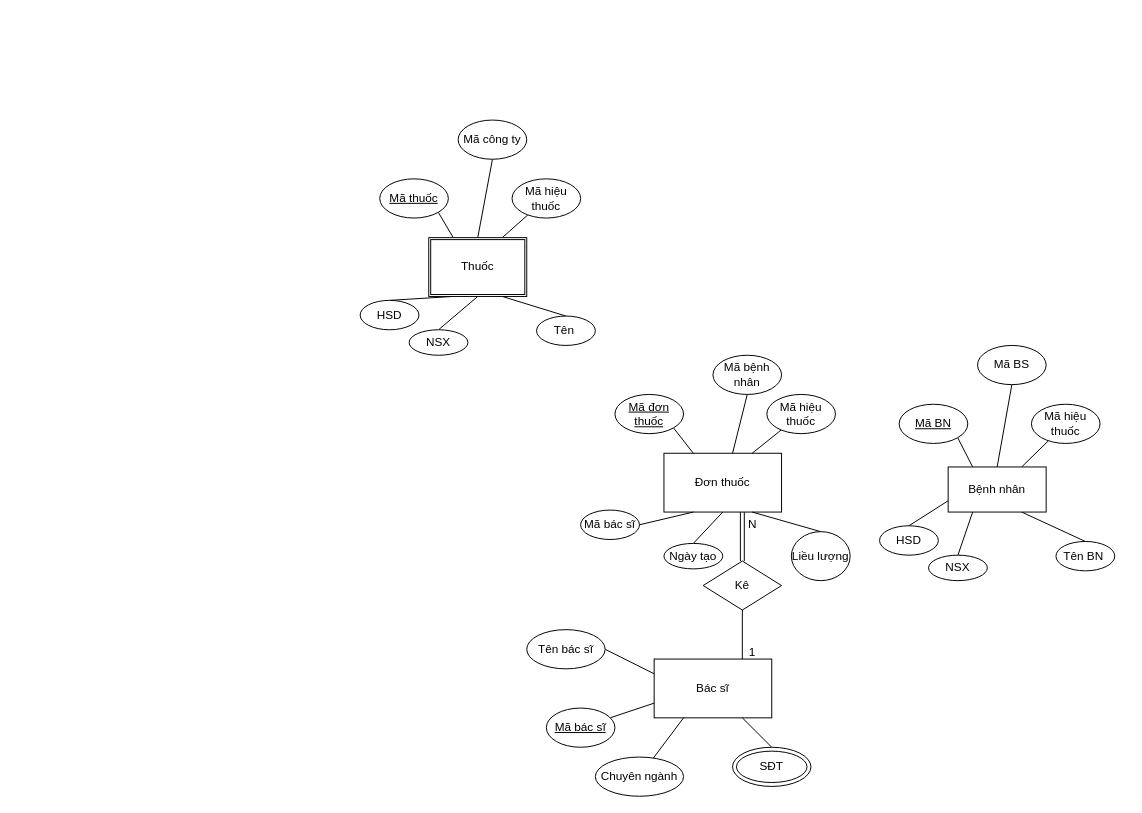
nqminh11605/hine16.github.io keeps this draw.io diagram as page "Trang-2" (2 of 3) of Biểu đồ không có tiêu đề.drawio. Above is the earlier version. Source tidied: cells renumbered, new cells numbered last; positions are measured from the earlier drawing's top-left corner, leaving out a move shared by most shapes. Both pictures are drawn from the tidied source at 98%, with x=0, y=0 at pixel (360, 120).
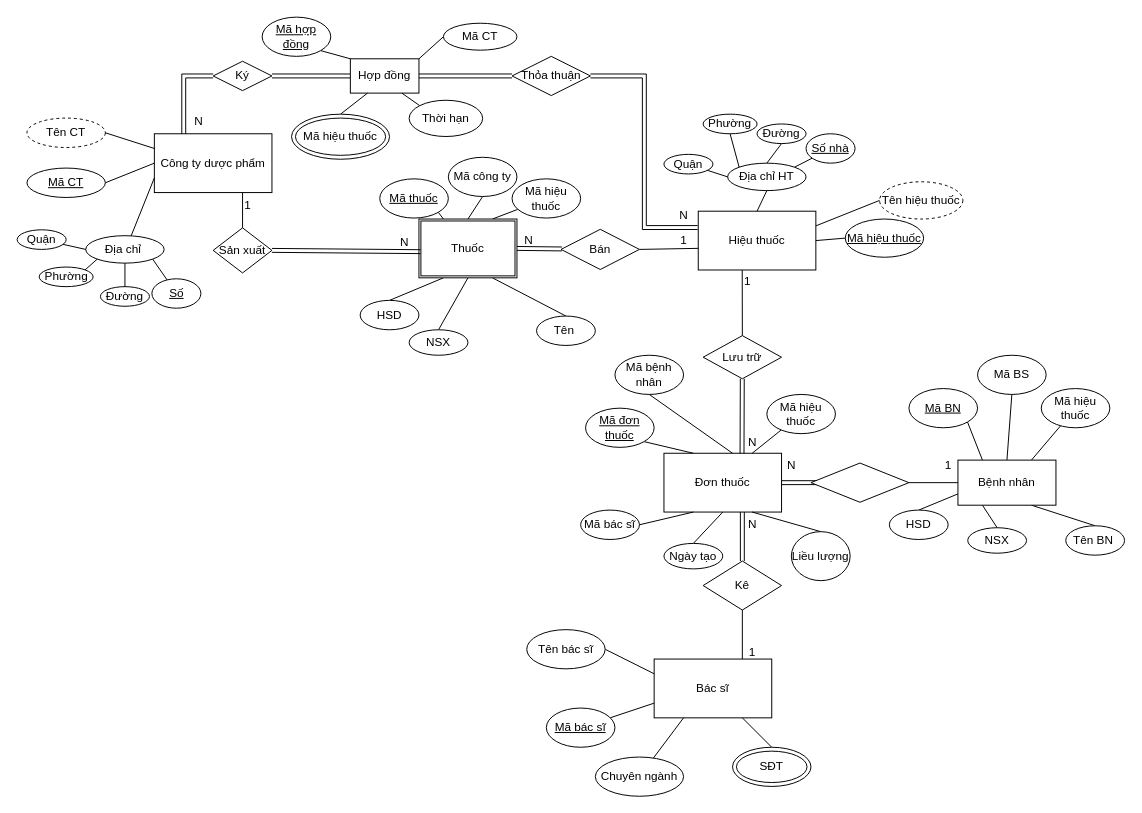
The same diagram, later.

Commit message:
Cập nhật Biểu đồ không có tiêu đề.drawio

The change refers to these unchanged cells:
```xml
<mxCell id="14" value="Đơn thuốc" style="rounded=0;whiteSpace=wrap;html=1;" parent="1" vertex="1">
  <mxGeometry x="310" y="340" width="120" height="60" as="geometry" />
</mxCell>
```

The edit, as a diff of the source:
```diff
@@
     <mxCell id="5" value="Mã công ty" style="ellipse;whiteSpace=wrap;html=1;" parent="1" vertex="1">
-      <mxGeometry x="100" width="70" height="40" as="geometry" />
+      <mxGeometry x="90" y="38" width="70" height="40" as="geometry" />
     </mxCell>
@@
     <mxCell id="16" value="&lt;u&gt;Mã đơn thuốc&lt;/u&gt;" style="ellipse;whiteSpace=wrap;html=1;" parent="1" vertex="1">
-      <mxGeometry x="260" y="280" width="70" height="40" as="geometry" />
+      <mxGeometry x="230" y="294" width="70" height="40" as="geometry" />
     </mxCell>
@@
     <mxCell id="18" value="Mã bệnh nhân" style="ellipse;whiteSpace=wrap;html=1;" parent="1" vertex="1">
-      <mxGeometry x="360" y="240" width="70" height="40" as="geometry" />
+      <mxGeometry x="260" y="240" width="70" height="40" as="geometry" />
     </mxCell>
@@
     <mxCell id="27" value="Thuốc" style="shape=ext;double=1;rounded=0;whiteSpace=wrap;html=1;" parent="1" vertex="1">
-      <mxGeometry x="70" y="120" width="100" height="60" as="geometry" />
+      <mxGeometry x="60" y="101" width="100" height="60" as="geometry" />
     </mxCell>
@@
     <mxCell id="43" value="&lt;u&gt;Mã BN&lt;/u&gt;" style="ellipse;whiteSpace=wrap;html=1;" parent="1" vertex="1">
-      <mxGeometry x="550" y="290" width="70" height="40" as="geometry" />
+      <mxGeometry x="560" y="274" width="70" height="40" as="geometry" />
     </mxCell>
@@
     <mxCell id="45" value="Mã BS" style="ellipse;whiteSpace=wrap;html=1;" parent="1" vertex="1">
-      <mxGeometry x="630" y="230" width="70" height="40" as="geometry" />
+      <mxGeometry x="630" y="240" width="70" height="40" as="geometry" />
     </mxCell>
@@
     <mxCell id="47" value="Mã hiệu thuốc" style="ellipse;whiteSpace=wrap;html=1;" parent="1" vertex="1">
-      <mxGeometry x="685" y="290" width="70" height="40" as="geometry" />
+      <mxGeometry x="695" y="274" width="70" height="40" as="geometry" />
     </mxCell>
@@
     <mxCell id="49" value="HSD" style="ellipse;whiteSpace=wrap;html=1;" parent="1" vertex="1">
-      <mxGeometry x="530" y="414" width="60" height="30" as="geometry" />
+      <mxGeometry x="540" y="398" width="60" height="30" as="geometry" />
     </mxCell>
@@
     <mxCell id="51" value="NSX" style="ellipse;whiteSpace=wrap;html=1;" parent="1" vertex="1">
-      <mxGeometry x="580" y="444" width="60" height="26" as="geometry" />
+      <mxGeometry x="620" y="416" width="60" height="26" as="geometry" />
     </mxCell>
@@
     <mxCell id="53" value="Tên BN&amp;nbsp;" style="ellipse;whiteSpace=wrap;html=1;" parent="1" vertex="1">
-      <mxGeometry x="710" y="430" width="60" height="30" as="geometry" />
+      <mxGeometry x="720" y="414" width="60" height="30" as="geometry" />
     </mxCell>
     <mxCell id="54" value="Bệnh nhân" style="rounded=0;whiteSpace=wrap;html=1;" parent="1" vertex="1">
-      <mxGeometry x="600" y="354" width="100" height="46" as="geometry" />
+      <mxGeometry x="610" y="347" width="100" height="46" as="geometry" />
     </mxCell>
+    <mxCell id="55" style="endArrow=none;html=1;rounded=0;exitX=1;exitY=0.5;exitDx=0;exitDy=0;shape=link;" parent="1" edge="1" source="14">
+      <mxGeometry relative="1" as="geometry">
+        <mxPoint x="480" y="370" as="targetPoint" />
+      </mxGeometry>
+    </mxCell>
+    <mxCell id="56" style="rhombus;whiteSpace=wrap;html=1;" parent="1" vertex="1">
+      <mxGeometry x="460" y="350" width="100" height="40" as="geometry" />
+    </mxCell>
+    <mxCell id="57" style="endArrow=none;html=1;rounded=0;exitX=1;exitY=0.5;exitDx=0;exitDy=0;entryX=0;entryY=0.5;entryDx=0;entryDy=0;" parent="1" edge="1" source="56" target="54">
+      <mxGeometry relative="1" as="geometry" />
+    </mxCell>
+    <mxCell id="58" value="N" style="text;html=1;align=center;verticalAlign=middle;strokeColor=none;fillColor=none;" parent="1" vertex="1">
+      <mxGeometry x="425" y="338" width="30" height="30" as="geometry" />
+    </mxCell>
+    <mxCell id="59" value="1" style="text;html=1;align=center;verticalAlign=middle;strokeColor=none;fillColor=none;" parent="1" vertex="1">
+      <mxGeometry x="585" y="338" width="30" height="30" as="geometry" />
+    </mxCell>
+    <mxCell id="60" value="Hiệu thuốc" style="rounded=0;whiteSpace=wrap;html=1;" parent="1" vertex="1">
+      <mxGeometry x="345" y="93" width="120" height="60" as="geometry" />
+    </mxCell>
+    <mxCell id="61" value="Tên hiệu thuốc" style="ellipse;whiteSpace=wrap;html=1;rounded=0;dashed=1;" parent="1" vertex="1">
+      <mxGeometry x="530" y="63" width="85" height="38" as="geometry" />
+    </mxCell>
+    <mxCell id="62" value="&lt;u&gt;Mã hiệu thuốc&lt;/u&gt;" style="ellipse;whiteSpace=wrap;html=1;" parent="1" vertex="1">
+      <mxGeometry x="495" y="101" width="80" height="39" as="geometry" />
+    </mxCell>
+    <mxCell id="63" value="Địa chỉ HT" style="ellipse;whiteSpace=wrap;html=1;rounded=0;" parent="1" vertex="1">
+      <mxGeometry x="375" y="44" width="80" height="28" as="geometry" />
+    </mxCell>
+    <mxCell id="64" style="endArrow=none;html=1;rounded=0;exitX=0.5;exitY=0;exitDx=0;exitDy=0;entryX=0.5;entryY=1;entryDx=0;entryDy=0;" parent="1" edge="1" source="60" target="63">
+      <mxGeometry relative="1" as="geometry" />
+    </mxCell>
+    <mxCell id="65" style="endArrow=none;html=1;rounded=0;exitX=1;exitY=0.25;exitDx=0;exitDy=0;entryX=0;entryY=0.5;entryDx=0;entryDy=0;" parent="1" edge="1" source="60" target="61">
+      <mxGeometry relative="1" as="geometry" />
+    </mxCell>
+    <mxCell id="66" style="endArrow=none;html=1;rounded=0;exitX=1;exitY=0.5;exitDx=0;exitDy=0;entryX=0;entryY=0.5;entryDx=0;entryDy=0;" parent="1" edge="1" source="60" target="62">
+      <mxGeometry relative="1" as="geometry" />
+    </mxCell>
+    <mxCell id="67" value="1" style="text;html=1;align=center;verticalAlign=middle;strokeColor=none;fillColor=none;" parent="1" vertex="1">
+      <mxGeometry x="380" y="150" width="30" height="30" as="geometry" />
+    </mxCell>
+    <mxCell id="68" style="endArrow=none;html=1;rounded=0;exitX=1;exitY=0;exitDx=0;exitDy=0;" parent="1" edge="1" source="63" target="69">
+      <mxGeometry relative="1" as="geometry" />
+    </mxCell>
+    <mxCell id="69" value="&lt;u&gt;Số nhà&lt;/u&gt;" style="ellipse;whiteSpace=wrap;html=1;" parent="1" vertex="1">
+      <mxGeometry x="455" y="14" width="50" height="30" as="geometry" />
+    </mxCell>
+    <mxCell id="70" style="endArrow=none;html=1;rounded=0;exitX=0.5;exitY=0;exitDx=0;exitDy=0;entryX=0.5;entryY=1;entryDx=0;entryDy=0;" parent="1" edge="1" source="63" target="71">
+      <mxGeometry relative="1" as="geometry" />
+    </mxCell>
+    <mxCell id="71" value="Đường" style="ellipse;whiteSpace=wrap;html=1;" parent="1" vertex="1">
+      <mxGeometry x="405" y="4" width="50" height="20" as="geometry" />
+    </mxCell>
+    <mxCell id="72" style="endArrow=none;html=1;rounded=0;exitX=0;exitY=0;exitDx=0;exitDy=0;entryX=0.5;entryY=1;entryDx=0;entryDy=0;" parent="1" edge="1" source="63" target="73">
+      <mxGeometry relative="1" as="geometry" />
+    </mxCell>
+    <mxCell id="73" value="Phường" style="ellipse;whiteSpace=wrap;html=1;" parent="1" vertex="1">
+      <mxGeometry x="350" y="-6" width="55" height="20" as="geometry" />
+    </mxCell>
+    <mxCell id="74" style="endArrow=none;html=1;rounded=0;exitX=0;exitY=0.5;exitDx=0;exitDy=0;" parent="1" edge="1" source="63" target="75">
+      <mxGeometry relative="1" as="geometry" />
+    </mxCell>
+    <mxCell id="75" value="Quận" style="ellipse;whiteSpace=wrap;html=1;" parent="1" vertex="1">
+      <mxGeometry x="310" y="35" width="50" height="20" as="geometry" />
+    </mxCell>
+    <mxCell id="76" style="endArrow=none;html=1;rounded=0;exitX=0.664;exitY=0.006;exitDx=0;exitDy=0;exitPerimeter=0;shape=link;" parent="1" edge="1" source="14" target="77">
+      <mxGeometry relative="1" as="geometry" />
+    </mxCell>
+    <mxCell id="77" value="Lưu trữ" style="rhombus;whiteSpace=wrap;html=1;" parent="1" vertex="1">
+      <mxGeometry x="350" y="220" width="80" height="44" as="geometry" />
+    </mxCell>
+    <mxCell id="78" style="endArrow=none;html=1;rounded=0;entryX=0.374;entryY=1.002;entryDx=0;entryDy=0;entryPerimeter=0;" parent="1" edge="1" target="60">
+      <mxGeometry relative="1" as="geometry">
+        <mxPoint x="390" y="220" as="sourcePoint" />
+      </mxGeometry>
+    </mxCell>
+    <mxCell id="79" value="N" style="text;html=1;align=center;verticalAlign=middle;strokeColor=none;fillColor=none;" parent="1" vertex="1">
+      <mxGeometry x="385" y="314" width="30" height="30" as="geometry" />
+    </mxCell>
+    <mxCell id="80" style="endArrow=none;html=1;rounded=0;exitX=1;exitY=0.5;exitDx=0;exitDy=0;shape=link;" parent="1" edge="1" source="27" target="81">
+      <mxGeometry relative="1" as="geometry" />
+    </mxCell>
+    <mxCell id="81" value="Bán" style="rhombus;whiteSpace=wrap;html=1;" parent="1" vertex="1">
+      <mxGeometry x="205" y="111.5" width="80" height="41" as="geometry" />
+    </mxCell>
+    <mxCell id="82" style="endArrow=none;html=1;rounded=0;exitX=1;exitY=0.5;exitDx=0;exitDy=0;entryX=0;entryY=0.632;entryDx=0;entryDy=0;entryPerimeter=0;" parent="1" edge="1" source="81" target="60">
+      <mxGeometry relative="1" as="geometry" />
+    </mxCell>
+    <mxCell id="83" value="&amp;nbsp;N" style="text;html=1;align=center;verticalAlign=middle;strokeColor=none;fillColor=none;" parent="1" vertex="1">
+      <mxGeometry x="150" y="108" width="40" height="30" as="geometry" />
+    </mxCell>
+    <mxCell id="84" value="1" style="text;html=1;align=center;verticalAlign=middle;strokeColor=none;fillColor=none;" parent="1" vertex="1">
+      <mxGeometry x="315" y="108" width="30" height="30" as="geometry" />
+    </mxCell>
+    <mxCell id="85" value="Công ty dược phẩm" style="rounded=0;whiteSpace=wrap;html=1;" parent="1" vertex="1">
+      <mxGeometry x="-210" y="14" width="120" height="60" as="geometry" />
+    </mxCell>
+    <mxCell id="86" value="&lt;u&gt;Mã CT&lt;/u&gt;" style="ellipse;whiteSpace=wrap;html=1;" parent="1" vertex="1">
+      <mxGeometry x="-340" y="49" width="80" height="30" as="geometry" />
+    </mxCell>
+    <mxCell id="87" value="Tên CT" style="ellipse;whiteSpace=wrap;html=1;dashed=1;" parent="1" vertex="1">
+      <mxGeometry x="-340" y="-2" width="80" height="30" as="geometry" />
+    </mxCell>
+    <mxCell id="88" style="endArrow=none;html=1;rounded=0;exitX=0;exitY=0.25;exitDx=0;exitDy=0;entryX=1;entryY=0.5;entryDx=0;entryDy=0;" parent="1" edge="1" source="85" target="87">
+      <mxGeometry relative="1" as="geometry" />
+    </mxCell>
+    <mxCell id="89" style="endArrow=none;html=1;rounded=0;exitX=0;exitY=0.5;exitDx=0;exitDy=0;entryX=1;entryY=0.5;entryDx=0;entryDy=0;" parent="1" edge="1" source="85" target="86">
+      <mxGeometry relative="1" as="geometry" />
+    </mxCell>
+    <mxCell id="90" style="endArrow=none;html=1;rounded=0;exitX=0;exitY=0.75;exitDx=0;exitDy=0;entryX=0.575;entryY=0.036;entryDx=0;entryDy=0;entryPerimeter=0;" parent="1" edge="1" source="85" target="91">
+      <mxGeometry relative="1" as="geometry" />
+    </mxCell>
+    <mxCell id="91" value="Địa chỉ&amp;nbsp;" style="ellipse;whiteSpace=wrap;html=1;rounded=0;" parent="1" vertex="1">
+      <mxGeometry x="-280" y="118" width="80" height="28" as="geometry" />
+    </mxCell>
+    <mxCell id="92" style="endArrow=none;html=1;rounded=0;exitX=1;exitY=1;exitDx=0;exitDy=0;" parent="1" edge="1" source="91" target="93">
+      <mxGeometry relative="1" as="geometry" />
+    </mxCell>
+    <mxCell id="93" value="&lt;u&gt;Số&lt;/u&gt;" style="ellipse;whiteSpace=wrap;html=1;" parent="1" vertex="1">
+      <mxGeometry x="-212.5" y="162" width="50" height="30" as="geometry" />
+    </mxCell>
+    <mxCell id="94" style="endArrow=none;html=1;rounded=0;exitX=0.5;exitY=1;exitDx=0;exitDy=0;entryX=0.5;entryY=1;entryDx=0;entryDy=0;" parent="1" edge="1" source="91" target="95">
+      <mxGeometry relative="1" as="geometry" />
+    </mxCell>
+    <mxCell id="95" value="Đường" style="ellipse;whiteSpace=wrap;html=1;" parent="1" vertex="1">
+      <mxGeometry x="-265" y="170" width="50" height="20" as="geometry" />
+    </mxCell>
+    <mxCell id="96" style="endArrow=none;html=1;rounded=0;exitX=0;exitY=1;exitDx=0;exitDy=0;entryX=0.5;entryY=1;entryDx=0;entryDy=0;" parent="1" edge="1" source="91" target="97">
+      <mxGeometry relative="1" as="geometry" />
+    </mxCell>
+    <mxCell id="97" value="Phường" style="ellipse;whiteSpace=wrap;html=1;" parent="1" vertex="1">
+      <mxGeometry x="-327.5" y="150" width="55" height="20" as="geometry" />
+    </mxCell>
+    <mxCell id="98" style="endArrow=none;html=1;rounded=0;exitX=0;exitY=0.5;exitDx=0;exitDy=0;" parent="1" edge="1" source="91" target="99">
+      <mxGeometry relative="1" as="geometry" />
+    </mxCell>
+    <mxCell id="99" value="Quận" style="ellipse;whiteSpace=wrap;html=1;" parent="1" vertex="1">
+      <mxGeometry x="-350" y="112" width="50" height="20" as="geometry" />
+    </mxCell>
+    <mxCell id="100" value="Sản xuất" style="rhombus;whiteSpace=wrap;html=1;" parent="1" vertex="1">
+      <mxGeometry x="-150" y="110" width="60" height="46" as="geometry" />
+    </mxCell>
+    <mxCell id="101" style="endArrow=none;html=1;rounded=0;exitX=0.75;exitY=1;exitDx=0;exitDy=0;entryX=0.5;entryY=0;entryDx=0;entryDy=0;" parent="1" edge="1" source="85" target="100">
+      <mxGeometry relative="1" as="geometry" />
+    </mxCell>
+    <mxCell id="102" style="endArrow=none;html=1;rounded=0;exitX=1;exitY=0.5;exitDx=0;exitDy=0;entryX=0.017;entryY=0.555;entryDx=0;entryDy=0;entryPerimeter=0;shape=link;" parent="1" edge="1" source="100" target="27">
+      <mxGeometry relative="1" as="geometry" />
+    </mxCell>
+    <mxCell id="103" value="1" style="text;html=1;align=center;verticalAlign=middle;strokeColor=none;fillColor=none;" parent="1" vertex="1">
+      <mxGeometry x="-130" y="72" width="30" height="30" as="geometry" />
+    </mxCell>
+    <mxCell id="104" value="N" style="text;html=1;align=center;verticalAlign=middle;strokeColor=none;fillColor=none;" parent="1" vertex="1">
+      <mxGeometry x="30" y="110" width="30" height="30" as="geometry" />
+    </mxCell>
+    <mxCell id="105" style="endArrow=none;html=1;rounded=0;exitX=0.25;exitY=0;exitDx=0;exitDy=0;edgeStyle=orthogonalEdgeStyle;entryX=0;entryY=0.5;entryDx=0;entryDy=0;shape=link;" parent="1" edge="1" source="85" target="106">
+      <mxGeometry relative="1" as="geometry" />
+    </mxCell>
+    <mxCell id="106" value="Ký" style="rhombus;whiteSpace=wrap;html=1;" parent="1" vertex="1">
+      <mxGeometry x="-150" y="-60" width="60" height="30" as="geometry" />
+    </mxCell>
+    <mxCell id="107" style="endArrow=none;html=1;rounded=0;exitX=1;exitY=0.5;exitDx=0;exitDy=0;shape=link;" parent="1" edge="1" source="106" target="108">
+      <mxGeometry relative="1" as="geometry" />
+    </mxCell>
+    <mxCell id="108" value="Hợp đồng" style="rounded=0;whiteSpace=wrap;html=1;" parent="1" vertex="1">
+      <mxGeometry x="-10" y="-62.5" width="70" height="35" as="geometry" />
+    </mxCell>
+    <mxCell id="109" style="endArrow=none;html=1;rounded=0;entryX=1;entryY=0.5;entryDx=0;entryDy=0;exitX=0;exitY=0.5;exitDx=0;exitDy=0;shape=link;" parent="1" edge="1" source="110" target="108">
+      <mxGeometry relative="1" as="geometry" />
+    </mxCell>
+    <mxCell id="110" value="Thỏa thuận" style="rhombus;whiteSpace=wrap;html=1;" parent="1" vertex="1">
+      <mxGeometry x="155" y="-65" width="80" height="40" as="geometry" />
+    </mxCell>
+    <mxCell id="111" style="endArrow=none;html=1;rounded=0;entryX=1;entryY=0.5;entryDx=0;entryDy=0;exitX=-0.005;exitY=0.278;exitDx=0;exitDy=0;exitPerimeter=0;edgeStyle=orthogonalEdgeStyle;shape=link;" parent="1" edge="1" source="60" target="110">
+      <mxGeometry relative="1" as="geometry" />
+    </mxCell>
+    <mxCell id="112" style="endArrow=none;html=1;rounded=0;entryX=0;entryY=0;entryDx=0;entryDy=0;exitX=1;exitY=1;exitDx=0;exitDy=0;" parent="1" edge="1" source="113" target="108">
+      <mxGeometry relative="1" as="geometry" />
+    </mxCell>
+    <mxCell id="113" value="&lt;u&gt;Mã hợp đồng&lt;/u&gt;" style="ellipse;whiteSpace=wrap;html=1;" parent="1" vertex="1">
+      <mxGeometry x="-100" y="-105" width="70" height="40" as="geometry" />
+    </mxCell>
+    <mxCell id="114" style="endArrow=none;html=1;rounded=0;entryX=1;entryY=0;entryDx=0;entryDy=0;exitX=0;exitY=0.5;exitDx=0;exitDy=0;" parent="1" edge="1" source="115" target="108">
+      <mxGeometry relative="1" as="geometry" />
+    </mxCell>
+    <mxCell id="115" value="Mã CT" style="ellipse;whiteSpace=wrap;html=1;" parent="1" vertex="1">
+      <mxGeometry x="85" y="-98.8" width="75" height="27.5" as="geometry" />
+    </mxCell>
+    <mxCell id="116" style="endArrow=none;html=1;rounded=0;entryX=0.25;entryY=1;entryDx=0;entryDy=0;exitX=0.5;exitY=0;exitDx=0;exitDy=0;" parent="1" edge="1" source="119" target="108">
+      <mxGeometry relative="1" as="geometry" />
+    </mxCell>
+    <mxCell id="117" style="endArrow=none;html=1;rounded=0;entryX=0.75;entryY=1;entryDx=0;entryDy=0;exitX=0;exitY=0;exitDx=0;exitDy=0;" parent="1" edge="1" source="118" target="108">
+      <mxGeometry relative="1" as="geometry" />
+    </mxCell>
+    <mxCell id="118" value="Thời hạn" style="ellipse;whiteSpace=wrap;html=1;" parent="1" vertex="1">
+      <mxGeometry x="50" y="-20.2" width="75" height="37" as="geometry" />
+    </mxCell>
+    <mxCell id="119" value="Mã hiệu thuốc" style="ellipse;shape=doubleEllipse;whiteSpace=wrap;html=1;" parent="1" vertex="1">
+      <mxGeometry x="-70" y="-6" width="100" height="46" as="geometry" />
+    </mxCell>
+    <mxCell id="120" value="N" style="text;html=1;align=center;verticalAlign=middle;strokeColor=none;fillColor=none;" parent="1" vertex="1">
+      <mxGeometry x="315" y="82" width="30" height="30" as="geometry" />
+    </mxCell>
+    <mxCell id="121" value="N" style="text;html=1;align=center;verticalAlign=middle;strokeColor=none;fillColor=none;" parent="1" vertex="1">
+      <mxGeometry x="-180" y="-13.2" width="30" height="30" as="geometry" />
+    </mxCell>
```
